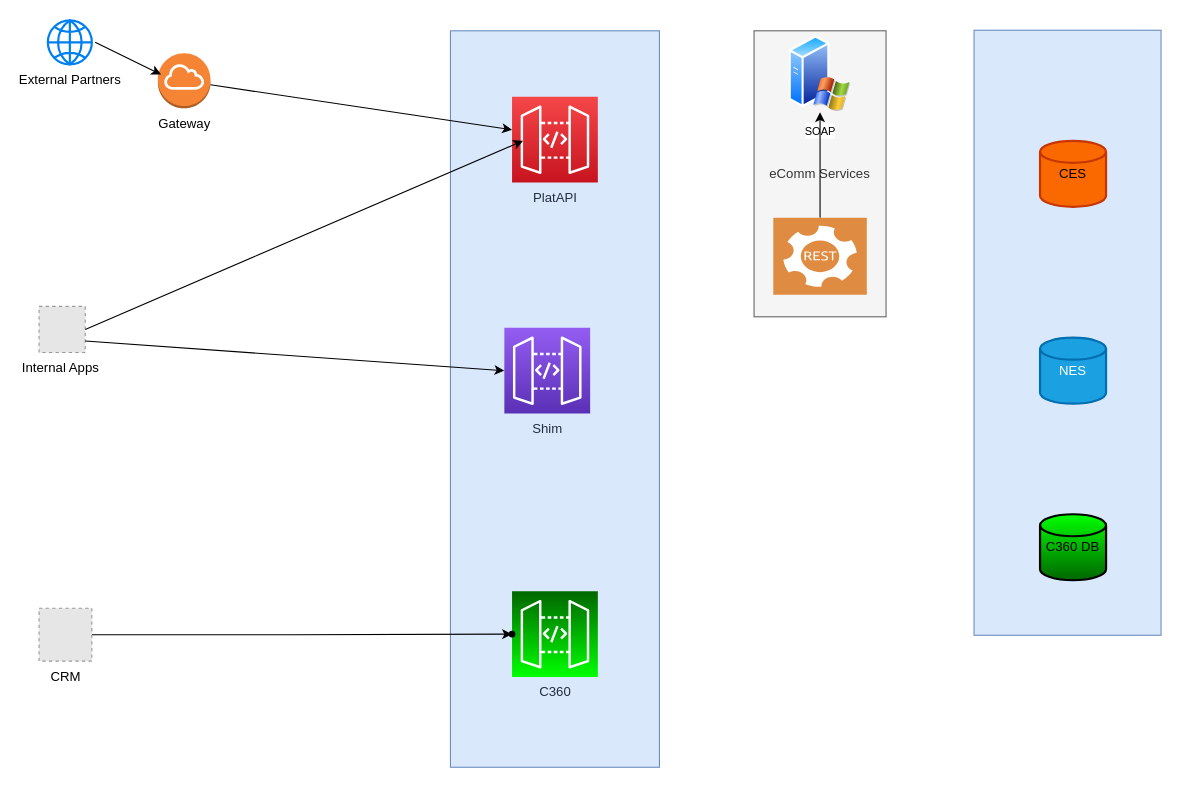
nbhattarai-godaddy/diagrams keeps this draw.io diagram as Untitled Diagram.drawio. Above is the earlier version. Source tidied: cells renumbered, new cells numbered last; positions are measured from the earlier drawing's top-left corner, leaving out a move shared by most shapes. Both pictures are drawn from the tidied source at 110%, with x=0, y=0 at pixel (38, 20). Pictures stored in the file or linked from it are replaced by grey dashed boxes.
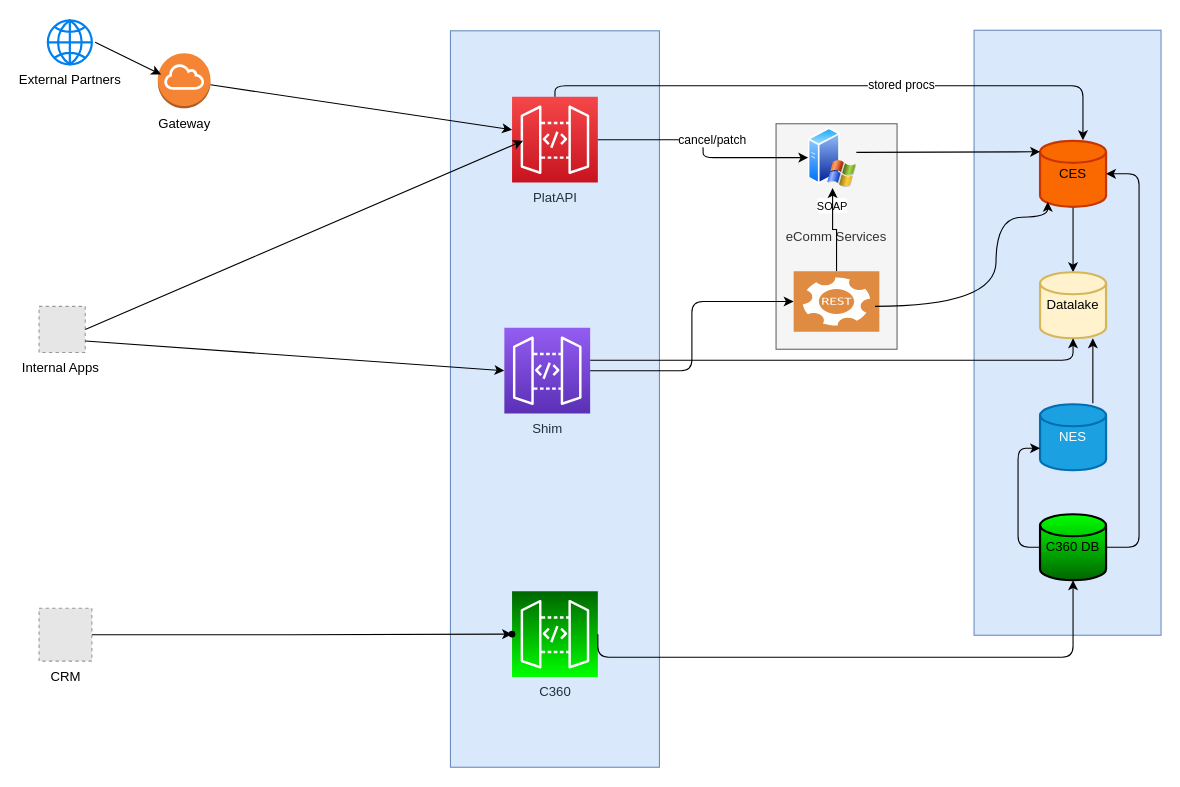
After the change.

The change refers to these unchanged cells:
```xml
<mxCell id="8" value="PlatAPI" style="points=[[0,0,0],[0.25,0,0],[0.5,0,0],[0.75,0,0],[1,0,0],[0,1,0],[0.25,1,0],[0.5,1,0],[0.75,1,0],[1,1,0],[0,0.25,0],[0,0.5,0],[0,0.75,0],[1,0.25,0],[1,0.5,0],[1,0.75,0]];outlineConnect=0;fontColor=#232F3E;gradientColor=#F54749;gradientDirection=north;fillColor=#C7131F;strokeColor=#ffffff;dashed=0;verticalLabelPosition=bottom;verticalAlign=top;align=center;html=1;fontSize=12;fontStyle=0;shape=mxgraph.aws4.resourceIcon;resIcon=mxgraph.aws4.api_gateway;" parent="1" vertex="1">
  <mxGeometry x="430" y="69.5" width="78" height="78" as="geometry" />
</mxCell>
<mxCell id="9" value="Shim" style="points=[[0,0,0],[0.25,0,0],[0.5,0,0],[0.75,0,0],[1,0,0],[0,1,0],[0.25,1,0],[0.5,1,0],[0.75,1,0],[1,1,0],[0,0.25,0],[0,0.5,0],[0,0.75,0],[1,0.25,0],[1,0.5,0],[1,0.75,0]];outlineConnect=0;fontColor=#232F3E;gradientColor=#945DF2;gradientDirection=north;fillColor=#5A30B5;strokeColor=#ffffff;dashed=0;verticalLabelPosition=bottom;verticalAlign=top;align=center;html=1;fontSize=12;fontStyle=0;shape=mxgraph.aws4.resourceIcon;resIcon=mxgraph.aws4.api_gateway;" parent="1" vertex="1">
  <mxGeometry x="423" y="279.5" width="78" height="78" as="geometry" />
</mxCell>
<mxCell id="13" value="CES" style="strokeWidth=2;html=1;shape=mxgraph.flowchart.database;whiteSpace=wrap;fillColor=#fa6800;strokeColor=#C73500;fontColor=#000000;" parent="1" vertex="1">
  <mxGeometry x="910" y="109.5" width="60" height="60" as="geometry" />
</mxCell>
<mxCell id="17" value="C360" style="points=[[0,0,0],[0.25,0,0],[0.5,0,0],[0.75,0,0],[1,0,0],[0,1,0],[0.25,1,0],[0.5,1,0],[0.75,1,0],[1,1,0],[0,0.25,0],[0,0.5,0],[0,0.75,0],[1,0.25,0],[1,0.5,0],[1,0.75,0]];outlineConnect=0;fontColor=#232F3E;gradientDirection=north;strokeColor=#ffffff;dashed=0;verticalLabelPosition=bottom;verticalAlign=top;align=center;html=1;fontSize=12;fontStyle=0;shape=mxgraph.aws4.resourceIcon;resIcon=mxgraph.aws4.api_gateway;fillColor=#00FF00;gradientColor=#006600;" parent="1" vertex="1">
  <mxGeometry x="430" y="519" width="78" height="78" as="geometry" />
</mxCell>
<mxCell id="20" style="shape=waypoint;size=6;points=[];fillColor=#DF8C42;perimeter=centerPerimeter;snapToPoint=1;shadow=0;dashed=0;verticalAlign=top;strokeColor=none;" parent="1" vertex="1">
  <mxGeometry x="830" y="204" width="40" height="40" as="geometry" />
</mxCell>
<mxCell id="21" value="C360 DB" style="strokeWidth=2;html=1;shape=mxgraph.flowchart.database;whiteSpace=wrap;fillColor=#00FF00;gradientColor=#006600;" parent="1" vertex="1">
  <mxGeometry x="910" y="449" width="60" height="60" as="geometry" />
</mxCell>
```

What changed in the source:
```diff
@@
+    <mxCell id="28" style="edgeStyle=orthogonalEdgeStyle;rounded=0;jettySize=auto;html=1;" parent="1" edge="1" source="13" target="37">
+      <mxGeometry relative="1" as="geometry" />
+    </mxCell>
@@
     <mxCell id="14" value="NES" style="strokeWidth=2;html=1;shape=mxgraph.flowchart.database;whiteSpace=wrap;fillColor=#1ba1e2;strokeColor=#006EAF;fontColor=#ffffff;" parent="1" vertex="1">
-      <mxGeometry x="910" y="288.5" width="60" height="60" as="geometry" />
+      <mxGeometry x="910" y="349" width="60" height="60" as="geometry" />
     </mxCell>
@@
-    <mxCell id="19" style="edgeStyle=orthogonalEdgeStyle;rounded=0;jettySize=auto;html=1;" parent="1" edge="1" source="27">
-      <mxGeometry relative="1" as="geometry">
-        <mxPoint x="680" y="158" as="targetPoint" />
-      </mxGeometry>
-    </mxCell>
@@
     <mxCell id="23" style="group;" parent="1" vertex="1">
-      <mxGeometry x="650" y="9.5" width="120" height="260" as="geometry" />
+      <mxGeometry x="670" y="94" width="110" height="205" as="geometry" />
     </mxCell>
     <mxCell id="24" value="eComm Services" style="rounded=0;whiteSpace=wrap;html=1;fillColor=#f5f5f5;strokeColor=#666666;fontColor=#333333;" parent="23" vertex="1">
-      <mxGeometry width="120" height="260" as="geometry" />
+      <mxGeometry width="110" height="205" as="geometry" />
     </mxCell>
     <mxCell id="25" value="&lt;font size=&quot;1&quot;&gt;SOAP&lt;/font&gt;" style="perimeter=ellipsePerimeter;html=1;align=center;shadow=0;dashed=0;spacingTop=3;image;image=img/lib/active_directory/windows_server_2.svg;fillColor=#00FF00;gradientColor=#006600;" parent="23" vertex="1">
-      <mxGeometry x="32" y="4" width="56" height="70" as="geometry" />
+      <mxGeometry x="29.3" y="3.2" width="44.2" height="55.2" as="geometry" />
     </mxCell>
-    <mxCell id="26" style="edgeStyle=orthogonalEdgeStyle;rounded=0;jettySize=auto;html=1;" parent="23" edge="1" source="27" target="25">
+    <mxCell id="26" style="rounded=0;jettySize=auto;html=1;edgeStyle=orthogonalEdgeStyle;" parent="23" edge="1" source="27" target="25">
       <mxGeometry relative="1" as="geometry" />
     </mxCell>
     <mxCell id="27" style="shadow=0;dashed=0;html=1;strokeColor=none;fillColor=#DF8C42;labelPosition=center;verticalLabelPosition=bottom;verticalAlign=top;align=center;outlineConnect=0;shape=mxgraph.veeam2.restful_api;" parent="23" vertex="1">
-      <mxGeometry x="17.5" y="170" width="85" height="70" as="geometry" />
+      <mxGeometry x="16" y="134" width="77.9" height="55.2" as="geometry" />
     </mxCell>
+    <mxCell id="29" style="endArrow=classic;html=1;exitX=1;exitY=0.5;exitDx=0;exitDy=0;exitPerimeter=0;edgeStyle=orthogonalEdgeStyle;" parent="1" edge="1" source="17" target="21">
+      <mxGeometry relative="1" as="geometry">
+        <Array as="points">
+          <mxPoint x="508" y="579" />
+          <mxPoint x="940" y="579" />
+        </Array>
+      </mxGeometry>
+    </mxCell>
+    <mxCell id="30" style="endArrow=classic;html=1;edgeStyle=orthogonalEdgeStyle;" parent="1" edge="1" source="8" target="25">
+      <mxGeometry relative="1" as="geometry" />
+    </mxCell>
+    <mxCell id="31" value="cancel/patch" style="edgeLabel;html=1;align=center;verticalAlign=middle;" parent="30" vertex="1">
+      <mxGeometry x="-0.22" y="2" relative="1" as="geometry">
+        <mxPoint x="22" y="2" as="offset" />
+      </mxGeometry>
+    </mxCell>
+    <mxCell id="32" style="endArrow=classic;html=1;entryX=0.65;entryY=-0.008;entryDx=0;entryDy=0;entryPerimeter=0;exitX=0.5;exitY=0;exitDx=0;exitDy=0;exitPerimeter=0;edgeStyle=orthogonalEdgeStyle;" parent="1" edge="1" source="8" target="13">
+      <mxGeometry relative="1" as="geometry" />
+    </mxCell>
+    <mxCell id="33" value="stored procs" style="edgeLabel;html=1;align=center;verticalAlign=middle;" parent="32" vertex="1">
+      <mxGeometry x="0.2" y="2" relative="1" as="geometry">
+        <mxPoint y="1" as="offset" />
+      </mxGeometry>
+    </mxCell>
+    <mxCell id="34" style="endArrow=classic;html=1;edgeStyle=orthogonalEdgeStyle;" parent="1" edge="1" source="9" target="27">
+      <mxGeometry relative="1" as="geometry" />
+    </mxCell>
+    <mxCell id="35" style="endArrow=classic;html=1;edgeStyle=orthogonalEdgeStyle;" parent="1" edge="1" source="21" target="13">
+      <mxGeometry relative="1" as="geometry">
+        <Array as="points">
+          <mxPoint x="1000" y="479" />
+          <mxPoint x="1000" y="139.5" />
+        </Array>
+      </mxGeometry>
+    </mxCell>
+    <mxCell id="36" style="endArrow=classic;html=1;edgeStyle=orthogonalEdgeStyle;" parent="1" edge="1" source="21" target="14">
+      <mxGeometry relative="1" as="geometry">
+        <Array as="points">
+          <mxPoint x="890" y="479" />
+          <mxPoint x="890" y="389" />
+        </Array>
+      </mxGeometry>
+    </mxCell>
+    <mxCell id="37" value="Datalake" style="strokeWidth=2;html=1;shape=mxgraph.flowchart.database;whiteSpace=wrap;fillColor=#fff2cc;strokeColor=#d6b656;" parent="1" vertex="1">
+      <mxGeometry x="910" y="229" width="60" height="60" as="geometry" />
+    </mxCell>
+    <mxCell id="38" style="endArrow=classic;html=1;edgeStyle=orthogonalEdgeStyle;" parent="1" edge="1" source="9" target="37">
+      <mxGeometry relative="1" as="geometry">
+        <Array as="points">
+          <mxPoint x="940" y="309" />
+        </Array>
+      </mxGeometry>
+    </mxCell>
+    <mxCell id="39" value="&lt;br&gt;" style="edgeLabel;html=1;align=center;verticalAlign=middle;" parent="38" vertex="1">
+      <mxGeometry x="0.81" y="1" relative="1" as="geometry" />
+    </mxCell>
+    <mxCell id="40" style="endArrow=classic;html=1;" parent="1" edge="1">
+      <mxGeometry relative="1" as="geometry">
+        <mxPoint x="958" y="348" as="sourcePoint" />
+        <mxPoint x="958" y="289" as="targetPoint" />
+      </mxGeometry>
+    </mxCell>
+    <mxCell id="41" style="endArrow=classic;html=1;edgeStyle=orthogonalEdgeStyle;curved=1;entryX=0.117;entryY=0.925;entryDx=0;entryDy=0;entryPerimeter=0;" parent="1" edge="1" target="13">
+      <mxGeometry relative="1" as="geometry">
+        <mxPoint x="760" y="260" as="sourcePoint" />
+        <Array as="points">
+          <mxPoint x="870" y="260" />
+          <mxPoint x="870" y="179" />
+          <mxPoint x="917" y="179" />
+        </Array>
+      </mxGeometry>
+    </mxCell>
+    <mxCell id="42" style="edgeStyle=orthogonalEdgeStyle;curved=1;rounded=0;orthogonalLoop=1;jettySize=auto;html=1;entryX=-0.025;entryY=0.4;entryDx=0;entryDy=0;entryPerimeter=0;" parent="1" edge="1" source="20" target="20">
+      <mxGeometry relative="1" as="geometry" />
+    </mxCell>
+    <mxCell id="43" style="endArrow=classic;html=1;" parent="1" edge="1">
+      <mxGeometry relative="1" as="geometry">
+        <mxPoint x="743" y="120" as="sourcePoint" />
+        <mxPoint x="910" y="119.5" as="targetPoint" />
+      </mxGeometry>
+    </mxCell>
```
